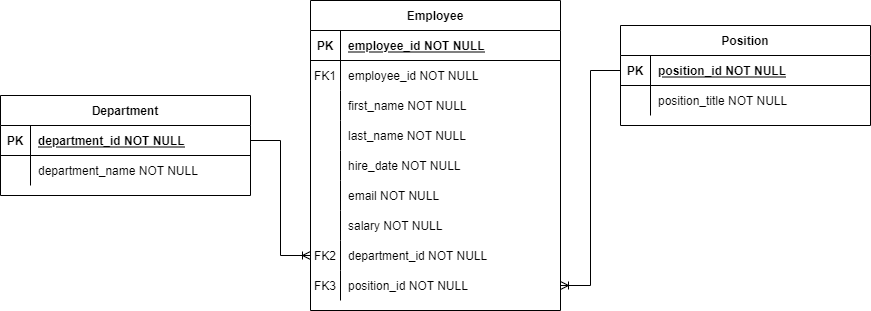
Above: documentation/ER_diagram.png in ounce-k/python_final_project_w (draw.io), before the change. Source tidied: cells renumbered, new cells last; positions are measured from the earlier drawing's top-left corner, leaving out a move shared by most shapes.
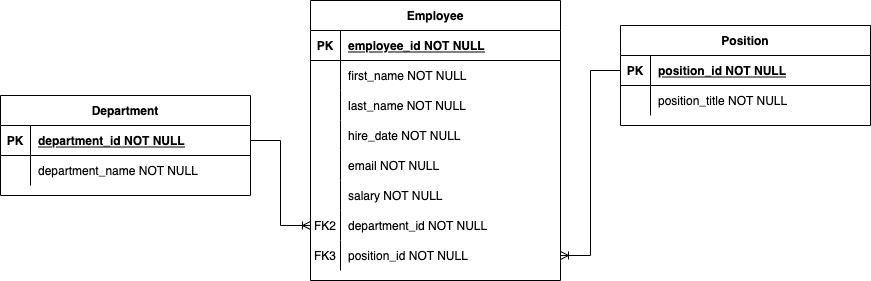
Later version of the same file.

Diff of the diagram source:
```diff
@@ -24,7 +24,7 @@
       <mxGeometry x="30" width="220" height="30" as="geometry" />
     </mxCell>
     <mxCell id="9" value="Employee" style="shape=table;startSize=30;rowLines=0;fontStyle=1;align=center;" parent="1" vertex="1">
-      <mxGeometry x="310" width="250" height="310" as="geometry" />
+      <mxGeometry x="310" width="250" height="280" as="geometry" />
     </mxCell>
     <mxCell id="10" style="shape=partialRectangle;fillColor=none;top=0;left=0;right=0;bottom=1;" parent="9" vertex="1">
       <mxGeometry y="30" width="250" height="30" as="geometry" />
@@ -35,17 +35,8 @@
     <mxCell id="12" value="employee_id NOT NULL " style="shape=partialRectangle;overflow=hidden;fillColor=none;top=0;left=0;bottom=0;right=0;align=left;spacingLeft=6;fontStyle=5;" parent="10" vertex="1">
       <mxGeometry x="30" width="220" height="30" as="geometry" />
     </mxCell>
-    <mxCell id="13" style="shape=partialRectangle;fillColor=none;top=0;left=0;right=0;bottom=0;" parent="9" vertex="1">
-      <mxGeometry y="60" width="250" height="30" as="geometry" />
-    </mxCell>
-    <mxCell id="14" value="FK1" style="shape=partialRectangle;overflow=hidden;fillColor=none;top=0;left=0;bottom=0;right=0;" parent="13" vertex="1">
-      <mxGeometry width="30" height="30" as="geometry" />
-    </mxCell>
-    <mxCell id="15" value="employee_id NOT NULL" style="shape=partialRectangle;overflow=hidden;fillColor=none;top=0;left=0;bottom=0;right=0;align=left;spacingLeft=6;" parent="13" vertex="1">
-      <mxGeometry x="30" width="220" height="30" as="geometry" />
-    </mxCell>
     <mxCell id="16" style="shape=partialRectangle;fillColor=none;top=0;left=0;right=0;bottom=0;" parent="9" vertex="1">
-      <mxGeometry y="90" width="250" height="30" as="geometry" />
+      <mxGeometry y="60" width="250" height="30" as="geometry" />
     </mxCell>
     <mxCell id="17" style="shape=partialRectangle;overflow=hidden;fillColor=none;top=0;left=0;bottom=0;right=0;" parent="16" vertex="1">
       <mxGeometry width="30" height="30" as="geometry" />
@@ -54,7 +45,7 @@
       <mxGeometry x="30" width="220" height="30" as="geometry" />
     </mxCell>
     <mxCell id="19" style="shape=partialRectangle;fillColor=none;top=0;left=0;right=0;bottom=0;" parent="9" vertex="1">
-      <mxGeometry y="120" width="250" height="30" as="geometry" />
+      <mxGeometry y="90" width="250" height="30" as="geometry" />
     </mxCell>
     <mxCell id="20" style="shape=partialRectangle;overflow=hidden;fillColor=none;top=0;left=0;bottom=0;right=0;" parent="19" vertex="1">
       <mxGeometry width="30" height="30" as="geometry" />
@@ -63,7 +54,7 @@
       <mxGeometry x="30" width="220" height="30" as="geometry" />
     </mxCell>
     <mxCell id="22" style="shape=partialRectangle;fillColor=none;top=0;left=0;right=0;bottom=0;" parent="9" vertex="1">
-      <mxGeometry y="150" width="250" height="30" as="geometry" />
+      <mxGeometry y="120" width="250" height="30" as="geometry" />
     </mxCell>
     <mxCell id="23" style="shape=partialRectangle;overflow=hidden;fillColor=none;top=0;left=0;bottom=0;right=0;" parent="22" vertex="1">
       <mxGeometry width="30" height="30" as="geometry" />
@@ -72,7 +63,7 @@
       <mxGeometry x="30" width="220" height="30" as="geometry" />
     </mxCell>
     <mxCell id="25" style="shape=partialRectangle;fillColor=none;top=0;left=0;right=0;bottom=0;" parent="9" vertex="1">
-      <mxGeometry y="180" width="250" height="30" as="geometry" />
+      <mxGeometry y="150" width="250" height="30" as="geometry" />
     </mxCell>
     <mxCell id="26" style="shape=partialRectangle;overflow=hidden;fillColor=none;top=0;left=0;bottom=0;right=0;" parent="25" vertex="1">
       <mxGeometry width="30" height="30" as="geometry" />
@@ -81,7 +72,7 @@
       <mxGeometry x="30" width="220" height="30" as="geometry" />
     </mxCell>
     <mxCell id="28" style="shape=partialRectangle;fillColor=none;top=0;left=0;right=0;bottom=0;" parent="9" vertex="1">
-      <mxGeometry y="210" width="250" height="30" as="geometry" />
+      <mxGeometry y="180" width="250" height="30" as="geometry" />
     </mxCell>
     <mxCell id="29" style="shape=partialRectangle;overflow=hidden;fillColor=none;top=0;left=0;bottom=0;right=0;" parent="28" vertex="1">
       <mxGeometry width="30" height="30" as="geometry" />
@@ -90,7 +81,7 @@
       <mxGeometry x="30" width="220" height="30" as="geometry" />
     </mxCell>
     <mxCell id="31" style="shape=partialRectangle;fillColor=none;points=[[0,0.5],[1,0.5]];portConstraint=eastwest;top=0;left=0;right=0;bottom=0;" parent="9" vertex="1">
-      <mxGeometry y="240" width="250" height="30" as="geometry" />
+      <mxGeometry y="210" width="250" height="30" as="geometry" />
     </mxCell>
     <mxCell id="32" value="FK2" style="shape=partialRectangle;overflow=hidden;fillColor=none;top=0;left=0;bottom=0;right=0;" parent="31" vertex="1">
       <mxGeometry width="30" height="30" as="geometry" />
@@ -99,7 +90,7 @@
       <mxGeometry x="30" width="220" height="30" as="geometry" />
     </mxCell>
     <mxCell id="34" style="shape=partialRectangle;fillColor=none;points=[[0,0.5],[1,0.5]];portConstraint=eastwest;top=0;left=0;right=0;bottom=0;" parent="9" vertex="1">
-      <mxGeometry y="270" width="250" height="30" as="geometry" />
+      <mxGeometry y="240" width="250" height="30" as="geometry" />
     </mxCell>
     <mxCell id="35" value="FK3" style="shape=partialRectangle;overflow=hidden;fillColor=none;top=0;left=0;bottom=0;right=0;" parent="34" vertex="1">
       <mxGeometry width="30" height="30" as="geometry" />
```
